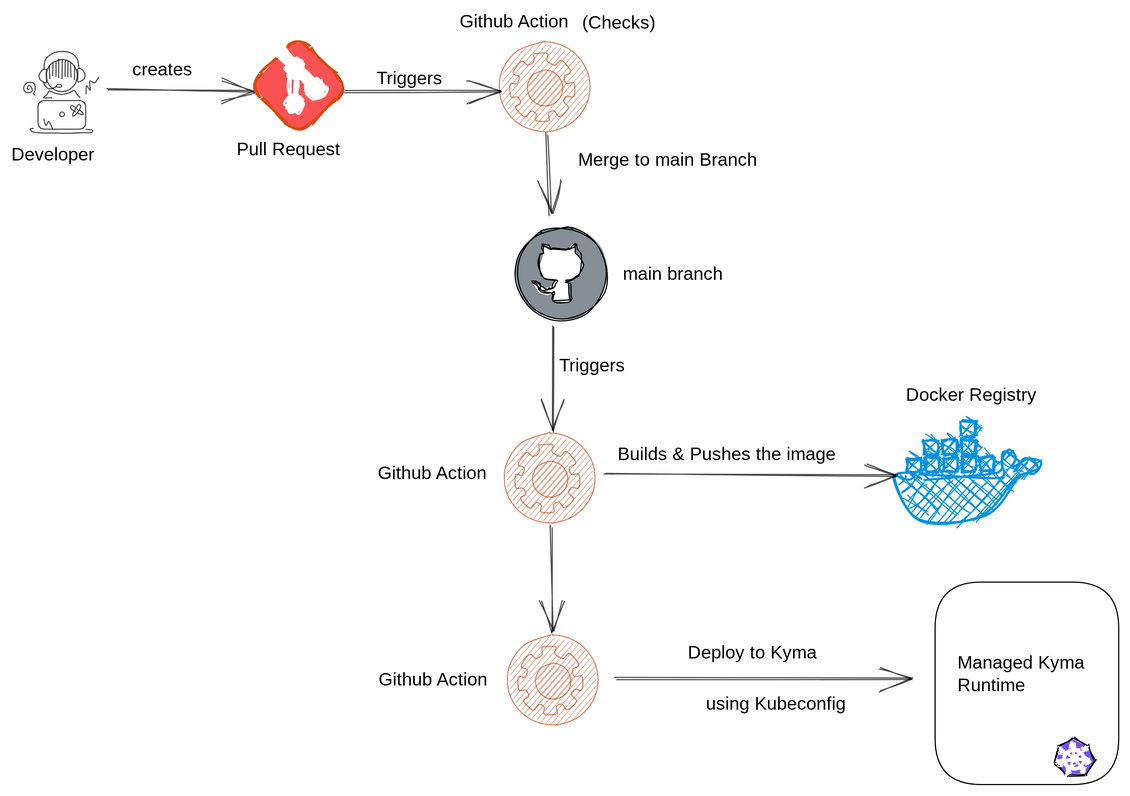
The Excalidraw diagram assets/developer-flow.svg in abbi-gaurav/ci-cd-kyma, before a commit. Source tidied: one line per element, renumbered; positions are measured from the earlier drawing's top-left corner, leaving out a move shared by most shapes.
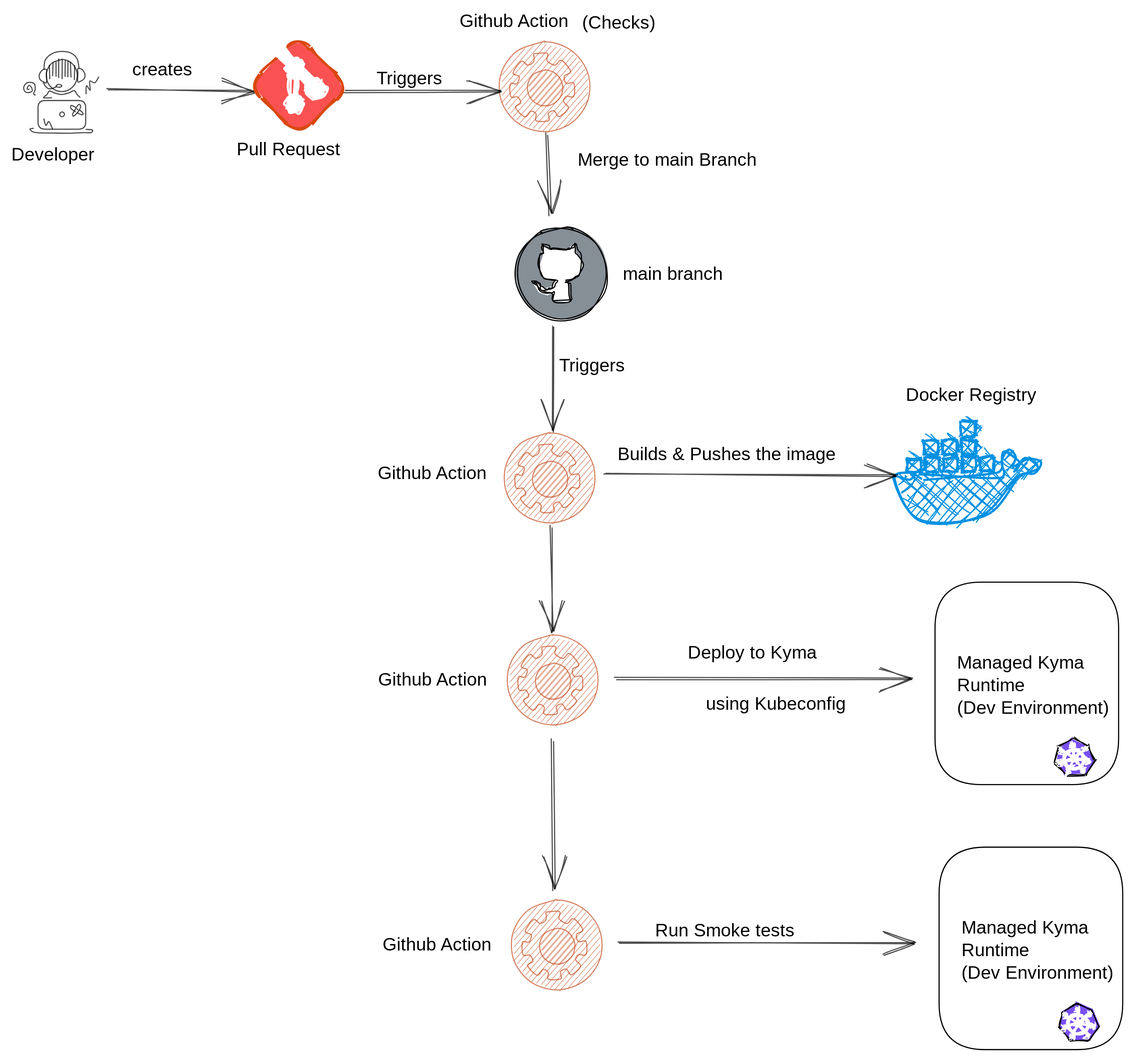
After the change.

Diff of the diagram source:
```diff
@@ -50,7 +50,7 @@
 {"id": 49, "type": "text", "text": "Merge to main Branch", "strokeColor": "#000000", "strokeWidth": 1, "roughness": 0, "fontSize": 16, "fontFamily": 1, "x": 502, "y": 123, "width": 170, "height": 20}
 {"id": 50, "type": "text", "text": "Deploy to Kyma", "strokeColor": "#000000", "strokeWidth": 1, "roughness": 0, "fontSize": 16, "fontFamily": 1, "x": 599, "y": 559, "width": 130, "height": 20}
 {"id": 51, "type": "text", "text": "main branch", "strokeColor": "#000000", "strokeWidth": 1, "roughness": 0, "fontSize": 16, "fontFamily": 1, "x": 542, "y": 224, "width": 89, "height": 20}
-{"id": 52, "type": "text", "text": "Managed Kyma \nRuntime", "strokeColor": "#000000", "strokeWidth": 1, "roughness": 0, "fontSize": 16, "fontFamily": 1, "x": 838, "y": 568, "width": 121, "height": 40}
+{"id": 52, "type": "text", "text": "Managed Kyma \nRuntime \n(Dev Environment)", "strokeColor": "#000000", "strokeWidth": 1, "roughness": 0, "fontSize": 16, "fontFamily": 1, "x": 838, "y": 568, "width": 142, "height": 60}
 {"id": 53, "type": "text", "text": "using Kubeconfig", "strokeColor": "#000000", "strokeWidth": 2, "roughness": 0, "fontSize": 16, "fontFamily": 1, "x": 616, "y": 604, "width": 125, "height": 20}
 {"id": 54, "type": "line", "strokeColor": "#000000", "backgroundColor": "#7950f2", "fillStyle": "solid", "strokeWidth": 1, "roughness": 1, "x": 1087, "y": 644, "width": 36, "height": 33, "points": [[-147, 0], [-160, 8], [-163, 21], [-153, 33], [-135, 33], [-127, 20], [-134, 6], [-147, 0]]}
 {"id": 55, "type": "ellipse", "strokeColor": "#ffffff", "strokeWidth": 1, "roughness": 1, "x": 939, "y": 660, "width": 4, "height": 4}
@@ -119,3 +119,55 @@
 {"id": 118, "type": "ellipse", "strokeColor": "#000000", "backgroundColor": "#868e96", "fillStyle": "solid", "strokeWidth": 1, "roughness": 1, "x": 447, "y": 192, "width": 81, "height": 81}
 {"id": 119, "type": "line", "strokeColor": "#000000", "backgroundColor": "#fff", "fillStyle": "solid", "strokeWidth": 1, "roughness": 1, "x": 508, "y": 210, "width": 44, "height": 51, "points": [[-37, -4], [-33, -2], [-31, 1], [-27, -1], [-17, 0], [-14, 0], [-11, -2], [-8, -4], [-7, -1], [-7, 2], [-4, 5], [-3, 13], [-4, 22], [-7, 26], [-11, 28], [-16, 29], [-15, 30], [-13, 32], [-13, 40], [-13, 45], [-14, 46], [-26, 46], [-27, 45], [-28, 39], [-30, 40], [-35, 40], [-39, 38], [-41, 34], [-44, 31], [-46, 30], [-43, 30], [-40, 32], [-37, 35], [-34, 36], [-30, 36], [-28, 34], [-28, 32], [-27, 30], [-25, 29], [-31, 28], [-35, 26], [-38, 22], [-40, 14], [-38, 5], [-36, 3], [-37, 0], [-37, -4]]}
 {"id": 120, "type": "text", "text": "Docker Registry", "strokeColor": "#000000", "strokeWidth": 1, "roughness": 0, "fontSize": 16, "fontFamily": 1, "x": 792, "y": 331, "width": 131, "height": 20}
+{"id": 121, "type": "rectangle", "strokeColor": "#000000", "strokeWidth": 1, "roughness": 0, "x": 822, "y": 740, "width": 163, "height": 179}
+{"id": 122, "type": "arrow", "strokeColor": "#000000", "strokeWidth": 1, "roughness": 1, "opacity": 70, "endArrowhead": "arrow", "from": 167, "to": 121, "x": 538, "y": 826, "width": 264, "height": 0, "points": [[0, 0], [264, 0]]}
+{"id": 123, "type": "text", "text": "Managed Kyma \nRuntime \n(Dev Environment)", "strokeColor": "#000000", "strokeWidth": 1, "roughness": 0, "fontSize": 16, "fontFamily": 1, "x": 842, "y": 803, "width": 142, "height": 60}
+{"id": 124, "type": "line", "strokeColor": "#000000", "backgroundColor": "#7950f2", "fillStyle": "solid", "strokeWidth": 1, "roughness": 1, "x": 1091, "y": 879, "width": 36, "height": 33, "points": [[-147, 0], [-160, 8], [-163, 21], [-153, 33], [-135, 33], [-127, 20], [-134, 6], [-147, 0]]}
+{"id": 125, "type": "ellipse", "strokeColor": "#ffffff", "strokeWidth": 1, "roughness": 1, "x": 943, "y": 895, "width": 4, "height": 4}
+{"id": 126, "type": "ellipse", "strokeColor": "#ffffff", "strokeWidth": 1, "roughness": 1, "x": 944, "y": 895, "width": 3, "height": 4}
+{"id": 127, "type": "ellipse", "strokeColor": "#ffffff", "strokeWidth": 1, "roughness": 1, "x": 936, "y": 889, "width": 17, "height": 17}
+{"id": 128, "type": "ellipse", "strokeColor": "#ffffff", "strokeWidth": 1, "roughness": 1, "x": 937, "y": 889, "width": 17, "height": 17}
+{"id": 129, "type": "ellipse", "strokeColor": "#ffffff", "strokeWidth": 1, "roughness": 1, "x": 936, "y": 889, "width": 17, "height": 17}
+{"id": 130, "type": "ellipse", "strokeColor": "#ffffff", "strokeWidth": 1, "roughness": 1, "x": 937, "y": 888, "width": 17, "height": 17}
+{"id": 131, "type": "ellipse", "strokeColor": "#ffffff", "strokeWidth": 1, "roughness": 1, "x": 936, "y": 889, "width": 17, "height": 17}
+{"id": 132, "type": "ellipse", "strokeColor": "#ffffff", "strokeWidth": 1, "roughness": 1, "x": 937, "y": 889, "width": 17, "height": 17}
+{"id": 133, "type": "ellipse", "strokeColor": "#ffffff", "strokeWidth": 1, "roughness": 1, "x": 937, "y": 889, "width": 17, "height": 17}
+{"id": 134, "type": "ellipse", "strokeColor": "#ffffff", "strokeWidth": 1, "roughness": 1, "x": 936, "y": 889, "width": 17, "height": 17}
+{"id": 135, "type": "ellipse", "strokeColor": "#ffffff", "strokeWidth": 1, "roughness": 1, "x": 944, "y": 895, "width": 3, "height": 4}
+{"id": 136, "type": "ellipse", "strokeColor": "#ffffff", "strokeWidth": 1, "roughness": 1, "x": 943, "y": 895, "width": 3, "height": 4}
+{"id": 137, "type": "ellipse", "strokeColor": "#ffffff", "strokeWidth": 1, "roughness": 1, "x": 943, "y": 895, "width": 3, "height": 4}
+{"id": 138, "type": "line", "strokeColor": "#ffffff", "strokeWidth": 1, "roughness": 1, "x": 944, "y": 987, "width": 1, "height": 10, "points": [[0, -93], [0, -103], [1, -93], [1, -100], [0, -93]]}
+{"id": 139, "type": "line", "strokeColor": "#ffffff", "strokeWidth": 1, "roughness": 1, "x": 944, "y": 924, "width": 0, "height": 3, "points": [[0, -30], [0, -33], [0, -30]]}
+{"id": 140, "type": "line", "strokeColor": "#ffffff", "angle": 0.85, "strokeWidth": 1, "roughness": 1, "x": 950, "y": 989, "width": 1, "height": 10, "points": [[0, -93], [0, -103], [1, -93], [1, -100], [0, -93]]}
+{"id": 141, "type": "line", "strokeColor": "#ffffff", "angle": 0.85, "strokeWidth": 1, "roughness": 1, "x": 948, "y": 926, "width": 0, "height": 3, "points": [[0, -30], [0, -33], [0, -30]]}
+{"id": 142, "type": "line", "strokeColor": "#ffffff", "angle": 1.75, "strokeWidth": 1, "roughness": 1, "x": 951, "y": 996, "width": 1, "height": 10, "points": [[0, -93], [0, -103], [1, -93], [1, -100], [0, -93]]}
+{"id": 143, "type": "line", "strokeColor": "#ffffff", "angle": 1.75, "strokeWidth": 1, "roughness": 1, "x": 949, "y": 929, "width": 0, "height": 3, "points": [[0, -30], [0, -33], [0, -30]]}
+{"id": 144, "type": "line", "strokeColor": "#ffffff", "angle": 2.51, "strokeWidth": 1, "roughness": 1, "x": 949, "y": 1000, "width": 1, "height": 10, "points": [[0, -93], [0, -103], [1, -93], [1, -100], [0, -93]]}
+{"id": 145, "type": "line", "strokeColor": "#ffffff", "angle": 2.51, "strokeWidth": 1, "roughness": 1, "x": 947, "y": 932, "width": 0, "height": 3, "points": [[0, -30], [0, -33], [0, -30]]}
+{"id": 146, "type": "line", "strokeColor": "#ffffff", "angle": 3.62, "strokeWidth": 1, "roughness": 1, "x": 941, "y": 1001, "width": 1, "height": 10, "points": [[0, -93], [0, -103], [1, -93], [1, -100], [0, -93]]}
+{"id": 147, "type": "line", "strokeColor": "#ffffff", "angle": 3.62, "strokeWidth": 1, "roughness": 1, "x": 943, "y": 932, "width": 0, "height": 3, "points": [[0, -30], [0, -33], [0, -30]]}
+{"id": 148, "type": "line", "strokeColor": "#ffffff", "angle": 5.33, "strokeWidth": 1, "roughness": 1, "x": 939, "y": 990, "width": 1, "height": 10, "points": [[0, -93], [0, -103], [1, -93], [1, -100], [0, -93]]}
+{"id": 149, "type": "line", "strokeColor": "#ffffff", "angle": 5.33, "strokeWidth": 1, "roughness": 1, "x": 941, "y": 926, "width": 0, "height": 3, "points": [[0, -30], [0, -33], [0, -30]]}
+{"id": 150, "type": "line", "strokeColor": "#ffffff", "angle": 4.49, "strokeWidth": 1, "roughness": 1, "x": 938, "y": 996, "width": 1, "height": 10, "points": [[0, -93], [0, -103], [1, -93], [1, -100], [0, -93]]}
+{"id": 151, "type": "line", "strokeColor": "#ffffff", "angle": 4.49, "strokeWidth": 1, "roughness": 1, "x": 941, "y": 930, "width": 0, "height": 3, "points": [[0, -30], [0, -33], [0, -30]]}
+{"id": 152, "type": "ellipse", "strokeColor": "#ffffff", "backgroundColor": "#ffffff", "fillStyle": "solid", "strokeWidth": 1, "roughness": 2, "x": 943, "y": 884, "width": 2, "height": 2}
+{"id": 153, "type": "ellipse", "strokeColor": "#ffffff", "backgroundColor": "#ffffff", "fillStyle": "solid", "strokeWidth": 1, "roughness": 2, "x": 954, "y": 887, "width": 2, "height": 2}
+{"id": 154, "type": "ellipse", "strokeColor": "#ffffff", "backgroundColor": "#ffffff", "fillStyle": "solid", "strokeWidth": 1, "roughness": 2, "x": 957, "y": 898, "width": 2, "height": 2}
+{"id": 155, "type": "ellipse", "strokeColor": "#ffffff", "backgroundColor": "#ffffff", "fillStyle": "solid", "strokeWidth": 1, "roughness": 2, "x": 952, "y": 906, "width": 2, "height": 2}
+{"id": 156, "type": "ellipse", "strokeColor": "#ffffff", "backgroundColor": "#ffffff", "fillStyle": "solid", "strokeWidth": 1, "roughness": 2, "x": 939, "y": 907, "width": 2, "height": 2}
+{"id": 157, "type": "ellipse", "strokeColor": "#ffffff", "backgroundColor": "#ffffff", "fillStyle": "solid", "strokeWidth": 1, "roughness": 2, "x": 932, "y": 899, "width": 2, "height": 2}
+{"id": 158, "type": "ellipse", "strokeColor": "#ffffff", "backgroundColor": "#ffffff", "fillStyle": "solid", "strokeWidth": 1, "roughness": 2, "x": 933, "y": 889, "width": 2, "height": 2}
+{"id": 159, "type": "draw", "strokeColor": "#ffffff", "backgroundColor": "#ffffff", "fillStyle": "solid", "strokeWidth": 1, "roughness": 2, "x": 937, "y": 898, "width": 7, "height": 2, "points": [[0, 0], [7, -2]]}
+{"id": 160, "type": "draw", "strokeColor": "#ffffff", "backgroundColor": "#ffffff", "fillStyle": "solid", "strokeWidth": 1, "roughness": 2, "x": 981, "y": 898, "width": 4, "height": 8, "points": [[-37, 0], [-40, 6], [-41, 8]]}
+{"id": 161, "type": "line", "strokeColor": "#ffffff", "backgroundColor": "#ffffff", "fillStyle": "solid", "strokeWidth": 1, "roughness": 2, "x": 947, "y": 898, "width": 6, "height": 7, "points": [[0, 0], [6, 7]]}
+{"id": 162, "type": "line", "strokeColor": "#ffffff", "backgroundColor": "#ffffff", "fillStyle": "solid", "strokeWidth": 1, "roughness": 2, "x": 947, "y": 896, "width": 10, "height": 1, "points": [[0, 0], [10, 1]]}
+{"id": 163, "type": "line", "strokeColor": "#ffffff", "backgroundColor": "#ffffff", "fillStyle": "solid", "strokeWidth": 1, "roughness": 2, "x": 948, "y": 894, "width": 7, "height": 7, "points": [[0, 0], [7, -7]]}
+{"id": 164, "type": "line", "strokeColor": "#ffffff", "backgroundColor": "#ffffff", "fillStyle": "solid", "strokeWidth": 1, "roughness": 2, "x": 945, "y": 894, "width": 1, "height": 9, "points": [[0, 0], [-1, -9]]}
+{"id": 165, "type": "line", "strokeColor": "#ffffff", "backgroundColor": "#ffffff", "fillStyle": "solid", "strokeWidth": 1, "roughness": 2, "x": 944, "y": 895, "width": 9, "height": 6, "points": [[0, 0], [-9, -6]]}
+{"id": 166, "type": "line", "strokeColor": "#ffffff", "backgroundColor": "#ffffff", "fillStyle": "solid", "strokeWidth": 1, "roughness": 2, "x": 942, "y": 897, "width": 10, "height": 2, "points": [[0, 0], [-10, 2]]}
+{"id": 167, "type": "ellipse", "strokeColor": "#c55124", "backgroundColor": "#c55124", "fillStyle": "hachure", "strokeWidth": 1, "roughness": 0, "opacity": 70, "x": 443, "y": 787, "width": 81, "height": 79}
+{"id": 168, "type": "line", "strokeColor": "#c55124", "backgroundColor": "#ffffff", "fillStyle": "hachure", "strokeWidth": 1, "roughness": 0, "opacity": 70, "x": 595, "y": 800, "width": 56, "height": 60, "points": [[-122, -2], [-110, -2], [-110, 4], [-103, 8], [-97, 4], [-89, 14], [-95, 18], [-93, 24], [-86, 24], [-86, 36], [-93, 36], [-95, 40], [-91, 46], [-99, 54], [-104, 49], [-109, 51], [-109, 57], [-120, 58], [-120, 52], [-124, 49], [-130, 54], [-138, 46], [-133, 42], [-136, 36], [-142, 36], [-142, 25], [-137, 25], [-135, 18], [-140, 15], [-133, 5], [-127, 8], [-122, 5], [-122, -2]]}
+{"id": 169, "type": "ellipse", "strokeColor": "#c55124", "backgroundColor": "#c55124", "fillStyle": "hachure", "strokeWidth": 1, "roughness": 0, "opacity": 70, "x": 468, "y": 812, "width": 31, "height": 32}
+{"id": 170, "type": "text", "text": "Github Action", "strokeColor": "#000000", "strokeWidth": 1, "roughness": 0, "fontSize": 16, "fontFamily": 1, "x": 329, "y": 818, "width": 104, "height": 20}
+{"id": 171, "type": "arrow", "strokeColor": "#000000", "strokeWidth": 1, "roughness": 1, "opacity": 70, "endArrowhead": "arrow", "from": 113, "to": 167, "x": 479, "y": 644, "width": 2, "height": 134, "points": [[0, 0], [2, 134]]}
+{"id": 172, "type": "text", "text": "Run Smoke tests", "strokeColor": "#000000", "strokeWidth": 1, "roughness": 1, "fontSize": 16, "fontFamily": 1, "textAlign": "center", "x": 567, "y": 805, "width": 131, "height": 20}
```
